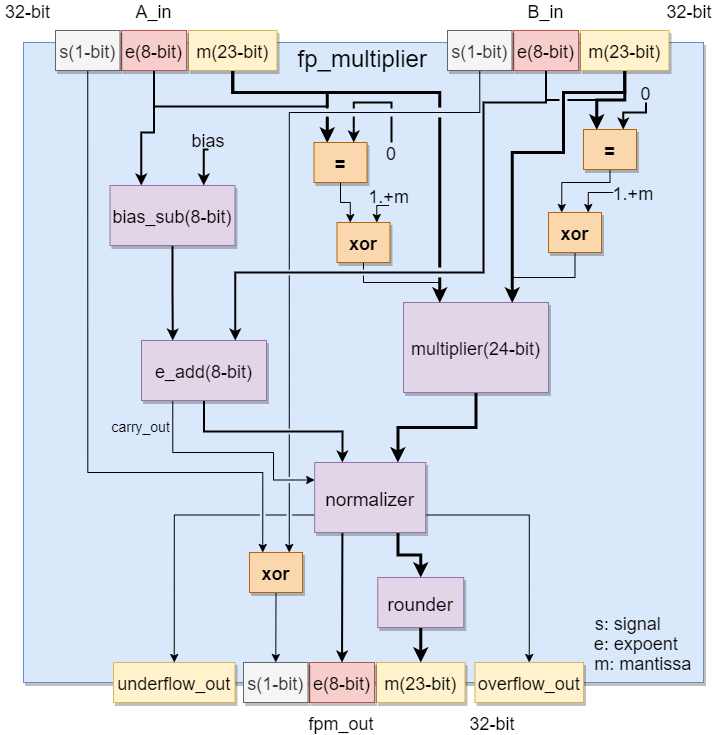
Earlier version of the draw.io export floating_point_multiplier/fp_multiplier_structure.png (UandersonSilva/floating_point). Source tidied: cells renumbered, new cells last; positions are measured from the earlier drawing's top-left corner, leaving out a move shared by most shapes.
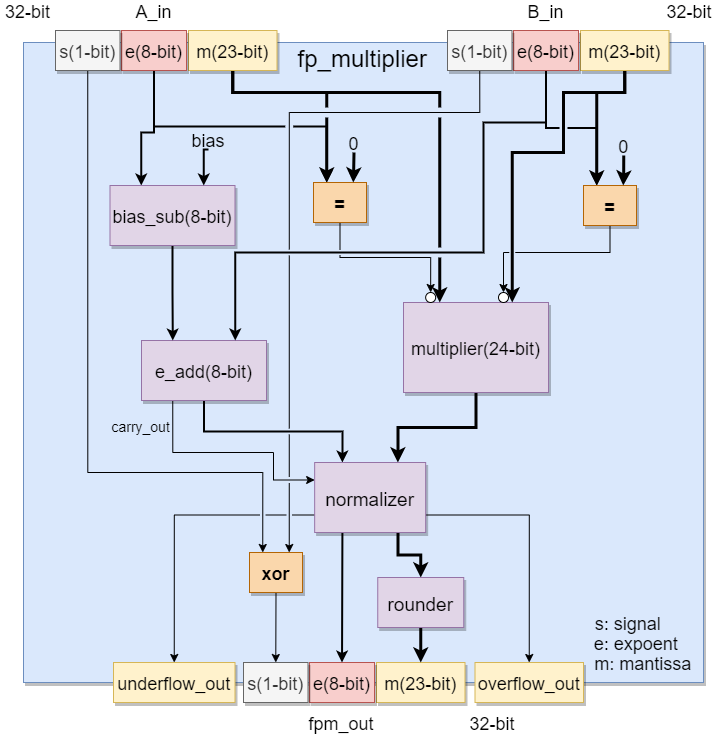
The same file after the commit.

Commit message:
fpm structure optimized.

Diff of the diagram source:
```diff
@@ -33,7 +33,12 @@
       <mxGeometry x="141" y="340" width="125" height="60" as="geometry" />
     </mxCell>
     <mxCell id="10" style="edgeStyle=orthogonalEdgeStyle;rounded=0;jettySize=auto;html=1;exitX=0.5;exitY=1;exitDx=0;exitDy=0;entryX=0.25;entryY=0;entryDx=0;entryDy=0;strokeWidth=3;jumpStyle=gap;" parent="1" edge="1" source="12" target="53">
-      <mxGeometry relative="1" as="geometry" />
+      <mxGeometry relative="1" as="geometry">
+        <Array as="points">
+          <mxPoint x="624" y="92" />
+          <mxPoint x="596" y="92" />
+        </Array>
+      </mxGeometry>
     </mxCell>
     <mxCell id="11" style="edgeStyle=orthogonalEdgeStyle;rounded=0;jumpStyle=gap;jettySize=auto;html=1;exitX=0.5;exitY=1;exitDx=0;exitDy=0;entryX=0.75;entryY=0;entryDx=0;entryDy=0;strokeWidth=3;" parent="1" edge="1" source="12" target="4">
       <mxGeometry relative="1" as="geometry">
@@ -57,10 +62,10 @@
     <mxCell id="15" style="edgeStyle=orthogonalEdgeStyle;rounded=0;jettySize=auto;html=1;exitX=0.5;exitY=1;exitDx=0;exitDy=0;entryX=0.75;entryY=0;entryDx=0;entryDy=0;strokeWidth=2;" parent="1" edge="1" source="16" target="9">
       <mxGeometry relative="1" as="geometry">
         <Array as="points">
-          <mxPoint x="546" y="102" />
-          <mxPoint x="483" y="102" />
-          <mxPoint x="483" y="272" />
-          <mxPoint x="235" y="272" />
+          <mxPoint x="546" y="122" />
+          <mxPoint x="483" y="122" />
+          <mxPoint x="483" y="252" />
+          <mxPoint x="235" y="252" />
         </Array>
       </mxGeometry>
     </mxCell>
@@ -197,71 +202,51 @@
     <mxCell id="51" value="bias" style="text;strokeColor=none;fillColor=none;align=center;verticalAlign=middle;rounded=0;fontSize=18;" parent="1" vertex="1">
       <mxGeometry x="193" y="129" width="30" height="20" as="geometry" />
     </mxCell>
-    <mxCell id="52" style="edgeStyle=orthogonalEdgeStyle;rounded=0;jumpStyle=gap;jettySize=auto;html=1;exitX=0.5;exitY=1;exitDx=0;exitDy=0;entryX=0.25;entryY=0;entryDx=0;entryDy=0;strokeWidth=1;" parent="1" edge="1" source="53" target="63">
+    <mxCell id="52" style="edgeStyle=orthogonalEdgeStyle;rounded=0;jumpStyle=gap;jettySize=auto;html=1;exitX=0.5;exitY=1;exitDx=0;exitDy=0;entryX=0.5;entryY=0;entryDx=0;entryDy=0;strokeWidth=1;" parent="1" edge="1" source="53" target="71">
       <mxGeometry relative="1" as="geometry">
         <Array as="points">
-          <mxPoint x="610" y="182" />
-          <mxPoint x="561" y="182" />
+          <mxPoint x="610" y="252" />
+          <mxPoint x="503" y="252" />
         </Array>
       </mxGeometry>
     </mxCell>
     <mxCell id="53" value="=" style="shadow=1;fontSize=18;fillColor=#fad7ac;strokeColor=#b46504;fontStyle=1;" parent="1" vertex="1">
-      <mxGeometry x="583" y="129" width="53" height="40" as="geometry" />
+      <mxGeometry x="583" y="185" width="53" height="40" as="geometry" />
     </mxCell>
-    <mxCell id="54" style="edgeStyle=orthogonalEdgeStyle;rounded=0;jumpStyle=gap;jettySize=auto;html=1;exitX=0.5;exitY=1;exitDx=0;exitDy=0;entryX=0.25;entryY=0;entryDx=0;entryDy=0;strokeWidth=1;" parent="1" edge="1" source="55" target="61">
-      <mxGeometry relative="1" as="geometry" />
-    </mxCell>
+    <mxCell id="69" style="edgeStyle=orthogonalEdgeStyle;rounded=0;jettySize=auto;html=1;exitX=0.5;exitY=1;exitDx=0;exitDy=0;entryX=0.5;entryY=0;entryDx=0;entryDy=0;jumpStyle=gap;" parent="1" edge="1" source="55" target="70">
+      <mxGeometry relative="1" as="geometry" />
+    </mxCell>
     <mxCell id="55" value="=" style="shadow=1;fontSize=18;fillColor=#fad7ac;strokeColor=#b46504;fontStyle=1;" parent="1" vertex="1">
-      <mxGeometry x="313.5" y="142" width="53" height="40" as="geometry" />
+      <mxGeometry x="313" y="182" width="53" height="40" as="geometry" />
     </mxCell>
-    <mxCell id="56" style="edgeStyle=orthogonalEdgeStyle;rounded=0;jettySize=auto;html=1;exitX=0.5;exitY=0;exitDx=0;exitDy=0;entryX=0.75;entryY=0;entryDx=0;entryDy=0;strokeWidth=2;jumpStyle=gap;" parent="1" edge="1" source="57" target="55">
+    <mxCell id="56" style="edgeStyle=orthogonalEdgeStyle;rounded=0;jumpStyle=gap;jettySize=auto;html=1;exitX=0.5;exitY=1;exitDx=0;exitDy=0;entryX=0.75;entryY=0;entryDx=0;entryDy=0;strokeWidth=3;" parent="1" edge="1" source="57" target="55">
       <mxGeometry relative="1" as="geometry">
         <Array as="points">
-          <mxPoint x="391" y="102" />
-          <mxPoint x="353" y="102" />
+          <mxPoint x="353" y="162" />
         </Array>
       </mxGeometry>
     </mxCell>
     <mxCell id="57" value="0" style="text;strokeColor=none;fillColor=none;align=center;verticalAlign=middle;rounded=0;fontSize=18;rotation=0;" parent="1" vertex="1">
-      <mxGeometry x="376" y="142" width="30" height="20" as="geometry" />
+      <mxGeometry x="338.5" y="132" width="30" height="20" as="geometry" />
     </mxCell>
-    <mxCell id="58" style="edgeStyle=orthogonalEdgeStyle;rounded=0;jettySize=auto;html=1;exitX=0.5;exitY=1;exitDx=0;exitDy=0;entryX=0.75;entryY=0;entryDx=0;entryDy=0;strokeWidth=2;jumpStyle=gap;" parent="1" edge="1" source="59" target="53">
+    <mxCell id="58" style="edgeStyle=orthogonalEdgeStyle;rounded=0;jettySize=auto;html=1;exitX=0.5;exitY=1;exitDx=0;exitDy=0;entryX=0.75;entryY=0;entryDx=0;entryDy=0;strokeWidth=3;jumpStyle=gap;" parent="1" edge="1" source="59" target="53">
       <mxGeometry relative="1" as="geometry">
         <Array as="points">
-          <mxPoint x="646" y="112" />
-          <mxPoint x="623" y="112" />
+          <mxPoint x="623" y="172" />
         </Array>
       </mxGeometry>
     </mxCell>
     <mxCell id="59" value="0" style="text;strokeColor=none;fillColor=none;align=center;verticalAlign=middle;rounded=0;fontSize=18;" parent="1" vertex="1">
-      <mxGeometry x="630.5" y="82" width="30" height="20" as="geometry" />
+      <mxGeometry x="608.2" y="135" width="30" height="20" as="geometry" />
     </mxCell>
-    <mxCell id="60" style="edgeStyle=orthogonalEdgeStyle;rounded=0;jumpStyle=gap;jettySize=auto;html=1;exitX=0.5;exitY=1;exitDx=0;exitDy=0;entryX=0.25;entryY=0;entryDx=0;entryDy=0;strokeWidth=1;" parent="1" edge="1" source="61" target="4">
-      <mxGeometry relative="1" as="geometry" />
-    </mxCell>
-    <mxCell id="61" value="xor" style="shadow=1;fontSize=18;fillColor=#fad7ac;strokeColor=#b46504;fontStyle=1;" parent="1" vertex="1">
-      <mxGeometry x="336.5" y="222" width="53" height="40" as="geometry" />
-    </mxCell>
-    <mxCell id="62" style="edgeStyle=orthogonalEdgeStyle;rounded=0;jumpStyle=gap;jettySize=auto;html=1;exitX=0.5;exitY=1;exitDx=0;exitDy=0;entryX=0.75;entryY=0;entryDx=0;entryDy=0;strokeWidth=1;" parent="1" edge="1" source="63" target="4">
-      <mxGeometry relative="1" as="geometry" />
-    </mxCell>
-    <mxCell id="63" value="xor" style="shadow=1;fontSize=18;fillColor=#fad7ac;strokeColor=#b46504;fontStyle=1;" parent="1" vertex="1">
-      <mxGeometry x="548" y="212" width="53" height="40" as="geometry" />
-    </mxCell>
-    <mxCell id="64" style="edgeStyle=orthogonalEdgeStyle;rounded=0;jumpStyle=gap;jettySize=auto;html=1;exitX=0;exitY=0.5;exitDx=0;exitDy=0;entryX=0.75;entryY=0;entryDx=0;entryDy=0;strokeWidth=1;" parent="1" edge="1" source="65" target="63">
-      <mxGeometry relative="1" as="geometry" />
-    </mxCell>
-    <mxCell id="65" value="1.+m" style="text;strokeColor=none;fillColor=none;align=center;verticalAlign=middle;rounded=0;fontSize=18;" parent="1" vertex="1">
-      <mxGeometry x="612.8" y="182" width="40.2" height="20" as="geometry" />
-    </mxCell>
-    <mxCell id="66" style="edgeStyle=orthogonalEdgeStyle;rounded=0;jumpStyle=gap;jettySize=auto;html=1;exitX=0.5;exitY=1;exitDx=0;exitDy=0;entryX=0.75;entryY=0;entryDx=0;entryDy=0;strokeWidth=1;" parent="1" edge="1" source="67" target="61">
-      <mxGeometry relative="1" as="geometry" />
-    </mxCell>
-    <mxCell id="67" value="1.+m" style="text;strokeColor=none;fillColor=none;align=center;verticalAlign=middle;rounded=0;fontSize=18;" parent="1" vertex="1">
-      <mxGeometry x="368.5" y="185" width="40.2" height="20" as="geometry" />
-    </mxCell>
     <mxCell id="68" value="carry_out" style="text;strokeColor=none;fillColor=none;align=center;verticalAlign=middle;rounded=0;fontSize=14;" parent="1" vertex="1">
       <mxGeometry x="106" y="416" width="69.2" height="20" as="geometry" />
     </mxCell>
+    <mxCell id="70" style="ellipse;whiteSpace=wrap;html=1;" parent="1" vertex="1">
+      <mxGeometry x="425.2" y="292" width="10" height="10" as="geometry" />
+    </mxCell>
+    <mxCell id="71" style="ellipse;whiteSpace=wrap;html=1;" parent="1" vertex="1">
+      <mxGeometry x="498" y="292" width="10" height="10" as="geometry" />
+    </mxCell>
   </root>
 </mxGraphModel>
```
